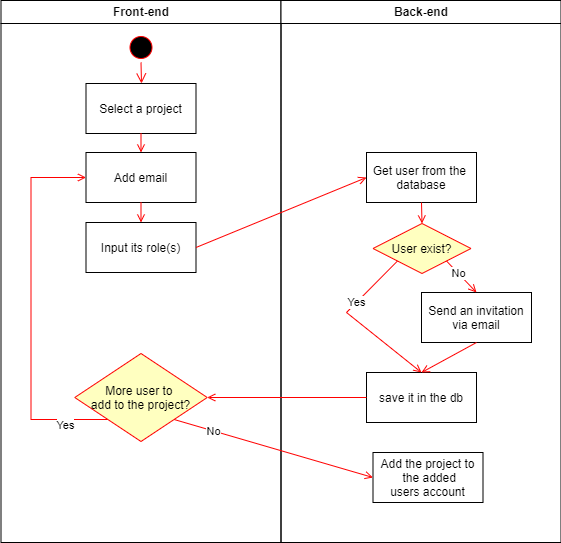
delphvr/TFE keeps this draw.io diagram as requirements/addingusers.drawio.png. Above is the earlier version. Source tidied: cells renumbered, new cells last; positions are measured from the earlier drawing's top-left corner, leaving out a move shared by most shapes. Its diagram source:
```xml
<mxGraphModel>
  <root>
    <mxCell id="0" />
    <mxCell id="1" parent="0" />
    <mxCell id="2" value="Front-end" style="swimlane;whiteSpace=wrap;" parent="1" vertex="1">
      <mxGeometry x="0.5" width="280" height="542" as="geometry" />
    </mxCell>
    <mxCell id="3" style="ellipse;shape=startState;fillColor=#000000;strokeColor=#ff0000;" parent="2" vertex="1">
      <mxGeometry x="125" y="32" width="30" height="30" as="geometry" />
    </mxCell>
    <mxCell id="4" style="edgeStyle=elbowEdgeStyle;elbow=horizontal;verticalAlign=bottom;endArrow=open;endSize=8;strokeColor=#FF0000;endFill=1;rounded=0;exitX=0.5;exitY=1;exitDx=0;exitDy=0;entryX=0.5;entryY=0;entryDx=0;entryDy=0;" parent="2" edge="1" source="3" target="10">
      <mxGeometry x="100" y="40" as="geometry" />
    </mxCell>
    <mxCell id="5" value="Add email" parent="2" vertex="1">
      <mxGeometry x="85" y="152" width="110" height="50" as="geometry" />
    </mxCell>
    <mxCell id="6" style="endArrow=open;strokeColor=#FF0000;endFill=1;rounded=0;entryX=0.5;entryY=0;entryDx=0;entryDy=0;exitX=0.5;exitY=1;exitDx=0;exitDy=0;" parent="2" edge="1" source="5" target="12">
      <mxGeometry relative="1" as="geometry" />
    </mxCell>
    <mxCell id="7" style="edgeStyle=elbowEdgeStyle;elbow=horizontal;strokeColor=#FF0000;endArrow=open;endFill=1;rounded=0;exitX=0;exitY=1;exitDx=0;exitDy=0;entryX=0;entryY=0.5;entryDx=0;entryDy=0;" parent="2" edge="1" source="9" target="5">
      <mxGeometry relative="1" as="geometry">
        <Array as="points">
          <mxPoint x="30" y="250" />
        </Array>
      </mxGeometry>
    </mxCell>
    <mxCell id="8" value="Yes" style="edgeLabel;html=1;align=center;verticalAlign=middle;" parent="7" vertex="1">
      <mxGeometry x="-0.7" y="2" relative="1" as="geometry">
        <mxPoint x="13" y="3" as="offset" />
      </mxGeometry>
    </mxCell>
    <mxCell id="9" value="More user to &#10;add to the project?" style="rhombus;fillColor=#ffffc0;strokeColor=#ff0000;" parent="2" vertex="1">
      <mxGeometry x="73.8" y="353" width="132.5" height="88" as="geometry" />
    </mxCell>
    <mxCell id="10" value="Select a project" parent="2" vertex="1">
      <mxGeometry x="85" y="83" width="110" height="50" as="geometry" />
    </mxCell>
    <mxCell id="11" style="endArrow=open;strokeColor=#FF0000;endFill=1;rounded=0;entryX=0.5;entryY=0;entryDx=0;entryDy=0;exitX=0.5;exitY=1;exitDx=0;exitDy=0;" parent="2" edge="1" source="10" target="5">
      <mxGeometry relative="1" as="geometry" />
    </mxCell>
    <mxCell id="12" value="Input its role(s)" parent="2" vertex="1">
      <mxGeometry x="85" y="222" width="110" height="50" as="geometry" />
    </mxCell>
    <mxCell id="13" value="Back-end" style="swimlane;whiteSpace=wrap;" parent="1" vertex="1">
      <mxGeometry x="280.5" width="280" height="542" as="geometry" />
    </mxCell>
    <mxCell id="14" value="Get user from the &#10;database" parent="13" vertex="1">
      <mxGeometry x="85.5" y="152" width="110" height="50" as="geometry" />
    </mxCell>
    <mxCell id="15" value="save it in the db" parent="13" vertex="1">
      <mxGeometry x="85.5" y="372" width="110" height="50" as="geometry" />
    </mxCell>
    <mxCell id="16" value="Add the project to&#10; the added&#10;users account" parent="13" vertex="1">
      <mxGeometry x="92" y="452" width="110" height="50" as="geometry" />
    </mxCell>
    <mxCell id="17" value="User exist?" style="rhombus;fillColor=#ffffc0;strokeColor=#ff0000;" parent="13" vertex="1">
      <mxGeometry x="92" y="223" width="98" height="50" as="geometry" />
    </mxCell>
    <mxCell id="18" value="Send an invitation&#10;via email" parent="13" vertex="1">
      <mxGeometry x="140.5" y="292" width="110" height="50" as="geometry" />
    </mxCell>
    <mxCell id="19" style="endArrow=open;strokeColor=#FF0000;endFill=1;rounded=0;entryX=0.5;entryY=0;entryDx=0;entryDy=0;exitX=1;exitY=1;exitDx=0;exitDy=0;" parent="13" edge="1" source="17" target="18">
      <mxGeometry relative="1" as="geometry" />
    </mxCell>
    <mxCell id="20" value="No" style="edgeLabel;html=1;align=center;verticalAlign=middle;" parent="19" vertex="1">
      <mxGeometry x="-0.26" relative="1" as="geometry" />
    </mxCell>
    <mxCell id="21" style="endArrow=open;strokeColor=#FF0000;endFill=1;rounded=0;entryX=0.5;entryY=0;entryDx=0;entryDy=0;exitX=0.5;exitY=1;exitDx=0;exitDy=0;" parent="13" edge="1" source="14" target="17">
      <mxGeometry relative="1" as="geometry" />
    </mxCell>
    <mxCell id="22" style="endArrow=open;strokeColor=#FF0000;endFill=1;rounded=0;exitX=0;exitY=1;exitDx=0;exitDy=0;entryX=0.5;entryY=0;entryDx=0;entryDy=0;" parent="13" edge="1" source="17" target="15">
      <mxGeometry relative="1" as="geometry">
        <Array as="points">
          <mxPoint x="65.5" y="312" />
        </Array>
      </mxGeometry>
    </mxCell>
    <mxCell id="23" value="Yes" style="edgeLabel;html=1;align=center;verticalAlign=middle;" parent="22" vertex="1">
      <mxGeometry x="-0.31" y="-1" relative="1" as="geometry" />
    </mxCell>
    <mxCell id="24" style="endArrow=open;strokeColor=#FF0000;endFill=1;rounded=0;entryX=0.5;entryY=0;entryDx=0;entryDy=0;exitX=0.5;exitY=1;exitDx=0;exitDy=0;" parent="13" edge="1" source="18" target="15">
      <mxGeometry relative="1" as="geometry" />
    </mxCell>
    <mxCell id="25" style="endArrow=open;strokeColor=#FF0000;endFill=1;rounded=0;entryX=0;entryY=0.5;entryDx=0;entryDy=0;exitX=1;exitY=1;exitDx=0;exitDy=0;" parent="1" edge="1" source="9" target="16">
      <mxGeometry relative="1" as="geometry" />
    </mxCell>
    <mxCell id="26" value="No" style="edgeLabel;html=1;align=center;verticalAlign=middle;" parent="25" vertex="1">
      <mxGeometry x="-0.6" relative="1" as="geometry" />
    </mxCell>
    <mxCell id="27" style="endArrow=open;strokeColor=#FF0000;endFill=1;rounded=0;entryX=0;entryY=0.5;entryDx=0;entryDy=0;exitX=1;exitY=0.5;exitDx=0;exitDy=0;" parent="1" edge="1" source="12" target="14">
      <mxGeometry relative="1" as="geometry" />
    </mxCell>
    <mxCell id="28" style="endArrow=open;strokeColor=#FF0000;endFill=1;rounded=0;entryX=1;entryY=0.5;entryDx=0;entryDy=0;exitX=0;exitY=0.5;exitDx=0;exitDy=0;" parent="1" edge="1" source="15" target="9">
      <mxGeometry relative="1" as="geometry" />
    </mxCell>
  </root>
</mxGraphModel>
```
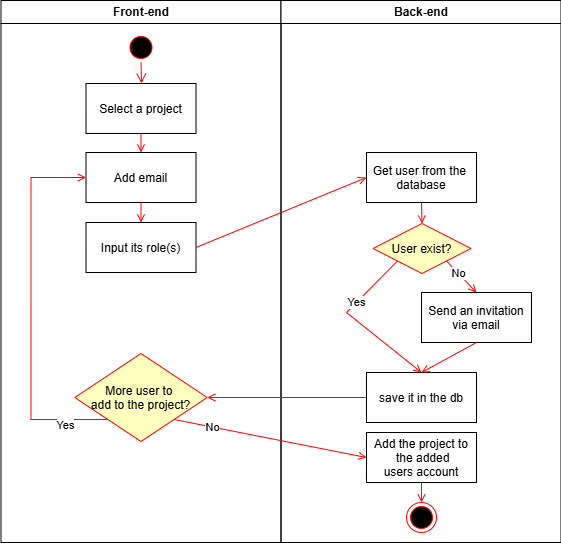
Above is the later version.

Commit message:
Correction activity diagram

Change to the diagram source:
```diff
@@ -51,7 +51,7 @@
       <mxGeometry x="85.5" y="372" width="110" height="50" as="geometry" />
     </mxCell>
     <mxCell id="16" value="Add the project to&#10; the added&#10;users account" parent="13" vertex="1">
-      <mxGeometry x="92" y="452" width="110" height="50" as="geometry" />
+      <mxGeometry x="85.5" y="432" width="110" height="50" as="geometry" />
     </mxCell>
     <mxCell id="17" value="User exist?" style="rhombus;fillColor=#ffffc0;strokeColor=#ff0000;" parent="13" vertex="1">
       <mxGeometry x="92" y="223" width="98" height="50" as="geometry" />
@@ -81,6 +81,12 @@
     <mxCell id="24" style="endArrow=open;strokeColor=#FF0000;endFill=1;rounded=0;entryX=0.5;entryY=0;entryDx=0;entryDy=0;exitX=0.5;exitY=1;exitDx=0;exitDy=0;" parent="13" edge="1" source="18" target="15">
       <mxGeometry relative="1" as="geometry" />
     </mxCell>
+    <mxCell id="29" style="ellipse;html=1;shape=endState;fillColor=#000000;strokeColor=#ff0000;" parent="13" vertex="1">
+      <mxGeometry x="125.5" y="502" width="30" height="30" as="geometry" />
+    </mxCell>
+    <mxCell id="30" style="endArrow=open;strokeColor=#FF0000;endFill=1;rounded=0;entryX=0.5;entryY=0;entryDx=0;entryDy=0;exitX=0.5;exitY=1;exitDx=0;exitDy=0;" parent="13" edge="1" source="16" target="29">
+      <mxGeometry relative="1" as="geometry" />
+    </mxCell>
     <mxCell id="25" style="endArrow=open;strokeColor=#FF0000;endFill=1;rounded=0;entryX=0;entryY=0.5;entryDx=0;entryDy=0;exitX=1;exitY=1;exitDx=0;exitDy=0;" parent="1" edge="1" source="9" target="16">
       <mxGeometry relative="1" as="geometry" />
     </mxCell>
```
